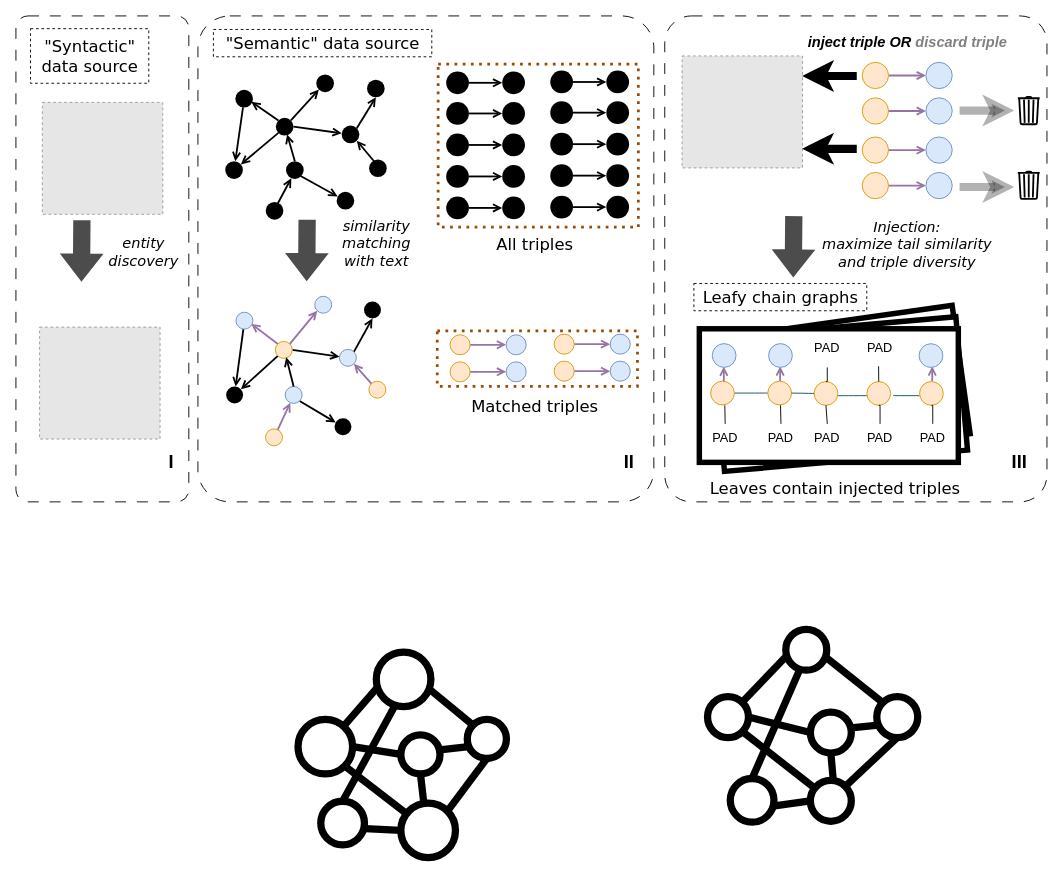
The draw.io diagram page "injection" (3 of 5) of presentations/pipeline.drawio in across-stars/draw.io, before the edit. Source tidied: cells renumbered, new cells numbered last; positions are measured from the earlier drawing's top-left corner, leaving out a move shared by most shapes. Both pictures are drawn from the tidied source at 91%, with x=0, y=0 at pixel (15, 15). Pictures stored in the file or linked from it are replaced by grey dashed boxes.
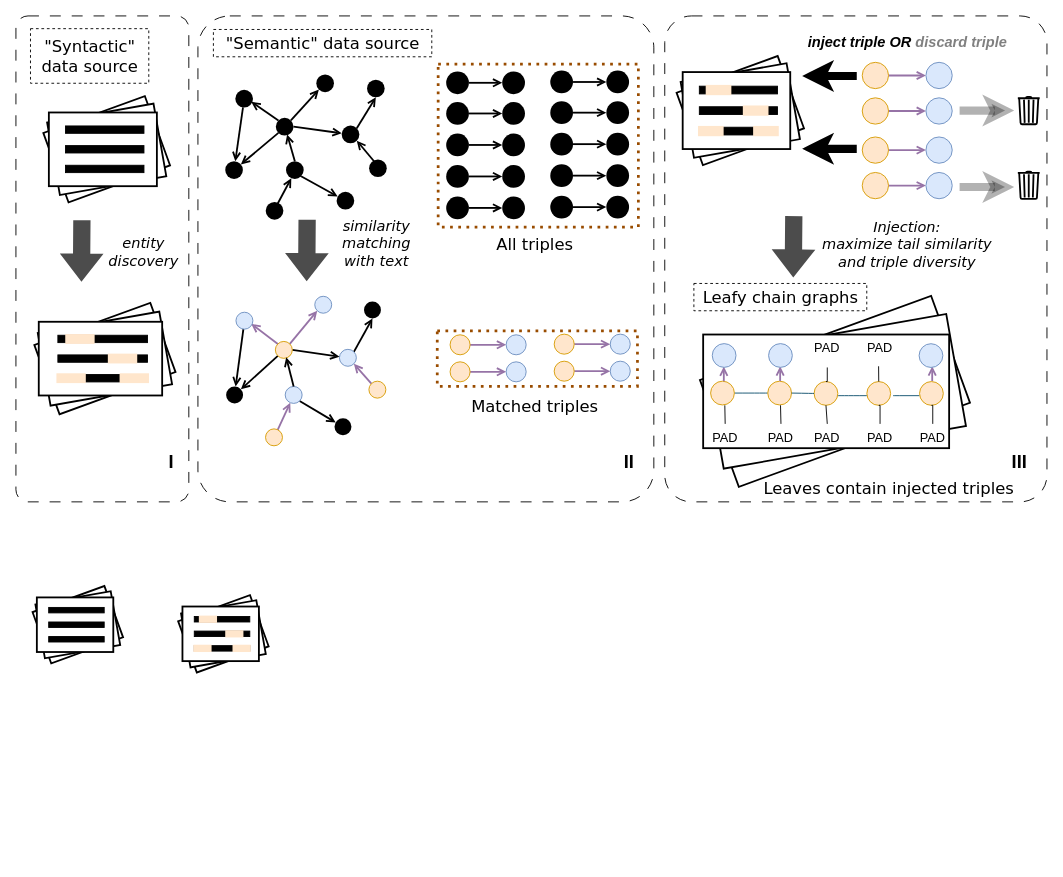
The same diagram, later.

What changed in the source:
```diff
@@
-    <mxCell id="2" style="fillColor=#E6E6E6;strokeColor=#999999;dashed=1;verticalLabelPosition=bottom;labelBackgroundColor=default;verticalAlign=top;" parent="1" vertex="1">
-      <mxGeometry x="29" y="95" width="132.4" height="123" as="geometry" />
-    </mxCell>
-    <mxCell id="3" style="fillColor=#E6E6E6;strokeColor=#999999;dashed=1;verticalLabelPosition=bottom;labelBackgroundColor=default;verticalAlign=top;" parent="1" vertex="1">
-      <mxGeometry x="26" y="342" width="132.4" height="123" as="geometry" />
-    </mxCell>
-    <mxCell id="4" style="ellipse;whiteSpace=wrap;html=1;strokeWidth=8;fillColor=none;" parent="1" vertex="1">
-      <mxGeometry x="396" y="699" width="60" height="60" as="geometry" />
-    </mxCell>
-    <mxCell id="5" style="edgeStyle=none;shape=connector;rounded=0;jettySize=auto;html=1;exitX=1;exitY=1;exitDx=0;exitDy=0;strokeColor=default;strokeWidth=8;align=center;verticalAlign=middle;fontFamily=Helvetica;fontSize=11;fontColor=default;labelBackgroundColor=default;startFill=0;endArrow=none;" parent="1" edge="1" source="6" target="11">
-      <mxGeometry relative="1" as="geometry" />
-    </mxCell>
-    <mxCell id="6" style="ellipse;whiteSpace=wrap;html=1;strokeWidth=8;fillColor=none;" parent="1" vertex="1">
-      <mxGeometry x="310" y="773" width="60" height="60" as="geometry" />
-    </mxCell>
-    <mxCell id="7" style="edgeStyle=none;shape=connector;rounded=0;jettySize=auto;html=1;exitX=0;exitY=0.5;exitDx=0;exitDy=0;entryX=1;entryY=0.5;entryDx=0;entryDy=0;strokeColor=default;strokeWidth=8;align=center;verticalAlign=middle;fontFamily=Helvetica;fontSize=11;fontColor=default;labelBackgroundColor=default;startFill=0;endArrow=none;" parent="1" edge="1" source="8" target="6">
-      <mxGeometry relative="1" as="geometry" />
-    </mxCell>
-    <mxCell id="8" style="ellipse;whiteSpace=wrap;html=1;strokeWidth=8;fillColor=none;" parent="1" vertex="1">
-      <mxGeometry x="423" y="790" width="43" height="43" as="geometry" />
-    </mxCell>
-    <mxCell id="9" style="ellipse;whiteSpace=wrap;html=1;strokeWidth=8;fillColor=none;" parent="1" vertex="1">
-      <mxGeometry x="335" y="863" width="48" height="48" as="geometry" />
-    </mxCell>
-    <mxCell id="10" style="edgeStyle=none;shape=connector;rounded=0;jettySize=auto;html=1;exitX=1;exitY=0;exitDx=0;exitDy=0;entryX=0.5;entryY=1;entryDx=0;entryDy=0;strokeColor=default;strokeWidth=8;align=center;verticalAlign=middle;fontFamily=Helvetica;fontSize=11;fontColor=default;labelBackgroundColor=default;startFill=0;endArrow=none;" parent="1" edge="1" source="11" target="12">
-      <mxGeometry relative="1" as="geometry" />
-    </mxCell>
-    <mxCell id="11" style="ellipse;whiteSpace=wrap;html=1;strokeWidth=8;fillColor=none;" parent="1" vertex="1">
-      <mxGeometry x="423" y="865" width="60" height="60" as="geometry" />
-    </mxCell>
-    <mxCell id="12" style="ellipse;whiteSpace=wrap;html=1;strokeWidth=8;fillColor=none;" parent="1" vertex="1">
-      <mxGeometry x="496" y="773" width="43" height="43" as="geometry" />
-    </mxCell>
-    <mxCell id="13" style="edgeStyle=none;shape=connector;rounded=0;jettySize=auto;html=1;exitX=0.5;exitY=1;exitDx=0;exitDy=0;strokeColor=default;strokeWidth=8;align=center;verticalAlign=middle;fontFamily=Helvetica;fontSize=11;fontColor=default;labelBackgroundColor=default;startFill=0;endArrow=none;" parent="1" edge="1" source="8">
-      <mxGeometry relative="1" as="geometry">
-        <mxPoint x="448" y="863" as="targetPoint" />
-      </mxGeometry>
-    </mxCell>
-    <mxCell id="14" style="edgeStyle=none;shape=connector;rounded=0;jettySize=auto;html=1;exitX=0;exitY=0.5;exitDx=0;exitDy=0;entryX=1.013;entryY=0.627;entryDx=0;entryDy=0;entryPerimeter=0;strokeColor=default;strokeWidth=8;align=center;verticalAlign=middle;fontFamily=Helvetica;fontSize=11;fontColor=default;labelBackgroundColor=default;startFill=0;endArrow=none;" parent="1" edge="1" source="11" target="9">
-      <mxGeometry relative="1" as="geometry" />
-    </mxCell>
-    <mxCell id="15" style="edgeStyle=none;shape=connector;rounded=0;jettySize=auto;html=1;exitX=0.5;exitY=0;exitDx=0;exitDy=0;entryX=0.333;entryY=1;entryDx=0;entryDy=0;entryPerimeter=0;strokeColor=default;strokeWidth=8;align=center;verticalAlign=middle;fontFamily=Helvetica;fontSize=11;fontColor=default;labelBackgroundColor=default;startFill=0;endArrow=none;" parent="1" edge="1" source="9" target="4">
-      <mxGeometry relative="1" as="geometry" />
-    </mxCell>
-    <mxCell id="16" style="edgeStyle=none;shape=connector;rounded=0;jettySize=auto;html=1;exitX=0;exitY=0;exitDx=0;exitDy=0;entryX=0.997;entryY=0.7;entryDx=0;entryDy=0;entryPerimeter=0;strokeColor=default;strokeWidth=8;align=center;verticalAlign=middle;fontFamily=Helvetica;fontSize=11;fontColor=default;labelBackgroundColor=default;startFill=0;endArrow=none;" parent="1" edge="1" source="12" target="4">
-      <mxGeometry relative="1" as="geometry" />
-    </mxCell>
-    <mxCell id="17" style="edgeStyle=none;shape=connector;rounded=0;jettySize=auto;html=1;entryX=0.017;entryY=0.653;entryDx=0;entryDy=0;entryPerimeter=0;strokeColor=default;strokeWidth=8;align=center;verticalAlign=middle;fontFamily=Helvetica;fontSize=11;fontColor=default;labelBackgroundColor=default;startFill=0;endArrow=none;" parent="1" edge="1" source="6" target="4">
-      <mxGeometry relative="1" as="geometry" />
-    </mxCell>
-    <mxCell id="18" style="edgeStyle=none;shape=connector;rounded=0;jettySize=auto;html=1;exitX=0.993;exitY=0.383;exitDx=0;exitDy=0;entryX=0.037;entryY=0.697;entryDx=0;entryDy=0;entryPerimeter=0;strokeColor=default;strokeWidth=8;align=center;verticalAlign=middle;fontFamily=Helvetica;fontSize=11;fontColor=default;labelBackgroundColor=default;startFill=0;endArrow=none;exitPerimeter=0;" parent="1" edge="1" source="8" target="12">
-      <mxGeometry relative="1" as="geometry" />
-    </mxCell>
-    <mxCell id="19" style="group;" parent="1" vertex="1">
-      <mxGeometry x="751" y="319" width="349" height="215" as="geometry" />
-    </mxCell>
-    <mxCell id="20" style="rounded=0;whiteSpace=wrap;html=1;fontFamily=Helvetica;fontSize=12;fontColor=default;labelBackgroundColor=none;strokeWidth=6;fillColor=default;rotation=352;" parent="19" vertex="1">
-      <mxGeometry x="36.9" y="16" width="252" height="142.2" as="geometry" />
-    </mxCell>
-    <mxCell id="21" style="rounded=0;whiteSpace=wrap;html=1;fontFamily=Helvetica;fontSize=12;fontColor=default;labelBackgroundColor=none;strokeWidth=6;fillColor=default;rotation=355;" parent="19" vertex="1">
-      <mxGeometry x="20.7" y="23" width="268.1" height="147.1" as="geometry" />
-    </mxCell>
-    <mxCell id="22" style="rounded=0;whiteSpace=wrap;html=1;fontFamily=Helvetica;fontSize=12;fontColor=default;labelBackgroundColor=none;strokeWidth=6;fillColor=default;" parent="19" vertex="1">
-      <mxGeometry y="24.8" width="284.6" height="146.8" as="geometry" />
-    </mxCell>
@@
+    <mxCell id="200" style="group;" parent="1" vertex="1">
+      <mxGeometry x="178.3" y="636.4" width="99.5" height="85.1" as="geometry" />
+    </mxCell>
+    <mxCell id="201" style="rounded=0;whiteSpace=wrap;html=1;strokeWidth=2;fillColor=default;rotation=340;" parent="200" vertex="1">
+      <mxGeometry x="7.7" y="12.6" width="84" height="60" as="geometry" />
+    </mxCell>
+    <mxCell id="202" style="rounded=0;whiteSpace=wrap;html=1;strokeWidth=2;fillColor=default;rotation=350;" parent="200" vertex="1">
+      <mxGeometry x="7.7" y="12.6" width="84" height="60" as="geometry" />
+    </mxCell>
+    <mxCell id="203" style="rounded=0;whiteSpace=wrap;html=1;strokeWidth=2;fillColor=default;rotation=0;" parent="200" vertex="1">
+      <mxGeometry x="4.7" y="12.6" width="84" height="60" as="geometry" />
+    </mxCell>
+    <mxCell id="204" style="rounded=0;whiteSpace=wrap;html=1;fillColor=#000000;" parent="200" vertex="1">
+      <mxGeometry x="17.7" y="23.6" width="61" height="6" as="geometry" />
+    </mxCell>
+    <mxCell id="205" style="rounded=0;whiteSpace=wrap;html=1;fillColor=#000000;" parent="200" vertex="1">
+      <mxGeometry x="17.7" y="39.6" width="61" height="6" as="geometry" />
+    </mxCell>
+    <mxCell id="206" style="rounded=0;whiteSpace=wrap;html=1;fillColor=#000000;" parent="200" vertex="1">
+      <mxGeometry x="17.7" y="55.6" width="61" height="6" as="geometry" />
+    </mxCell>
+    <mxCell id="207" style="rounded=0;whiteSpace=wrap;html=1;fillColor=#ffe6cc;strokeColor=none;" parent="200" vertex="1">
+      <mxGeometry x="22.7" y="22.6" width="20" height="8" as="geometry" />
+    </mxCell>
+    <mxCell id="208" style="rounded=0;whiteSpace=wrap;html=1;fillColor=#ffe6cc;strokeColor=none;" parent="200" vertex="1">
+      <mxGeometry x="51.7" y="38.6" width="20" height="8" as="geometry" />
+    </mxCell>
+    <mxCell id="209" style="rounded=0;whiteSpace=wrap;html=1;fillColor=#ffe6cc;strokeColor=none;" parent="200" vertex="1">
+      <mxGeometry x="16.7" y="54.6" width="20" height="8" as="geometry" />
+    </mxCell>
+    <mxCell id="210" style="rounded=0;whiteSpace=wrap;html=1;fillColor=#ffe6cc;strokeColor=none;" parent="200" vertex="1">
+      <mxGeometry x="59.7" y="54.6" width="20" height="8" as="geometry" />
+    </mxCell>
+    <mxCell id="211" style="group;" parent="1" vertex="1">
+      <mxGeometry x="18.3" y="626.4" width="99.5" height="85.1" as="geometry" />
+    </mxCell>
+    <mxCell id="212" style="rounded=0;whiteSpace=wrap;html=1;strokeWidth=2;fillColor=default;rotation=340;" parent="211" vertex="1">
+      <mxGeometry x="7.7" y="12.6" width="84" height="60" as="geometry" />
+    </mxCell>
+    <mxCell id="213" style="rounded=0;whiteSpace=wrap;html=1;strokeWidth=2;fillColor=default;rotation=350;" parent="211" vertex="1">
+      <mxGeometry x="7.7" y="12.6" width="84" height="60" as="geometry" />
+    </mxCell>
+    <mxCell id="214" style="rounded=0;whiteSpace=wrap;html=1;strokeWidth=2;fillColor=default;rotation=0;" parent="211" vertex="1">
+      <mxGeometry x="4.7" y="12.6" width="84" height="60" as="geometry" />
+    </mxCell>
+    <mxCell id="215" style="rounded=0;whiteSpace=wrap;html=1;fillColor=#000000;" parent="211" vertex="1">
+      <mxGeometry x="17.7" y="23.6" width="61" height="6" as="geometry" />
+    </mxCell>
+    <mxCell id="216" style="rounded=0;whiteSpace=wrap;html=1;fillColor=#000000;" parent="211" vertex="1">
+      <mxGeometry x="17.7" y="39.6" width="61" height="6" as="geometry" />
+    </mxCell>
+    <mxCell id="217" style="rounded=0;whiteSpace=wrap;html=1;fillColor=#000000;" parent="211" vertex="1">
+      <mxGeometry x="17.7" y="55.6" width="61" height="6" as="geometry" />
+    </mxCell>
+    <mxCell id="218" style="group;" parent="1" vertex="1">
+      <mxGeometry x="17.5" y="319.1" width="160.5" height="114.9" as="geometry" />
+    </mxCell>
+    <mxCell id="219" style="rounded=0;whiteSpace=wrap;html=1;strokeWidth=2;fillColor=default;rotation=340;" parent="218" vertex="1">
+      <mxGeometry x="12.5" y="16.9" width="135.6" height="81" as="geometry" />
+    </mxCell>
+    <mxCell id="220" style="rounded=0;whiteSpace=wrap;html=1;strokeWidth=2;fillColor=default;rotation=350;" parent="218" vertex="1">
+      <mxGeometry x="12.5" y="17" width="135.6" height="81" as="geometry" />
+    </mxCell>
+    <mxCell id="221" style="rounded=0;whiteSpace=wrap;html=1;strokeWidth=2;fillColor=default;rotation=0;" parent="218" vertex="1">
+      <mxGeometry x="7.6" y="17" width="135.6" height="81" as="geometry" />
+    </mxCell>
+    <mxCell id="222" style="rounded=0;whiteSpace=wrap;html=1;fillColor=#000000;" parent="218" vertex="1">
+      <mxGeometry x="28.6" y="31.8" width="98.5" height="8.1" as="geometry" />
+    </mxCell>
+    <mxCell id="223" style="rounded=0;whiteSpace=wrap;html=1;fillColor=#000000;" parent="218" vertex="1">
+      <mxGeometry x="28.6" y="53.4" width="98.5" height="8.1" as="geometry" />
+    </mxCell>
+    <mxCell id="224" style="rounded=0;whiteSpace=wrap;html=1;fillColor=#000000;" parent="218" vertex="1">
+      <mxGeometry x="28.6" y="75" width="98.5" height="8.1" as="geometry" />
+    </mxCell>
+    <mxCell id="225" style="rounded=0;whiteSpace=wrap;html=1;fillColor=#ffe6cc;strokeColor=none;" parent="218" vertex="1">
+      <mxGeometry x="36.7" y="30.5" width="32.3" height="10.8" as="geometry" />
+    </mxCell>
+    <mxCell id="226" style="rounded=0;whiteSpace=wrap;html=1;fillColor=#ffe6cc;strokeColor=none;" parent="218" vertex="1">
+      <mxGeometry x="83.5" y="52" width="32.3" height="10.8" as="geometry" />
+    </mxCell>
+    <mxCell id="227" style="rounded=0;whiteSpace=wrap;html=1;fillColor=#ffe6cc;strokeColor=none;" parent="218" vertex="1">
+      <mxGeometry x="27" y="73.6" width="32.3" height="10.8" as="geometry" />
+    </mxCell>
+    <mxCell id="228" style="rounded=0;whiteSpace=wrap;html=1;fillColor=#ffe6cc;strokeColor=none;" parent="218" vertex="1">
+      <mxGeometry x="96.4" y="73.6" width="32.3" height="10.8" as="geometry" />
+    </mxCell>
+    <mxCell id="229" style="group;" parent="1" vertex="1">
+      <mxGeometry x="29.5" y="89.1" width="140.5" height="114.9" as="geometry" />
+    </mxCell>
+    <mxCell id="230" style="rounded=0;whiteSpace=wrap;html=1;strokeWidth=2;fillColor=default;rotation=340;" parent="229" vertex="1">
+      <mxGeometry x="10.9" y="16.9" width="118.7" height="81" as="geometry" />
+    </mxCell>
+    <mxCell id="231" style="rounded=0;whiteSpace=wrap;html=1;strokeWidth=2;fillColor=default;rotation=350;" parent="229" vertex="1">
+      <mxGeometry x="10.9" y="17" width="118.7" height="81" as="geometry" />
+    </mxCell>
+    <mxCell id="232" style="rounded=0;whiteSpace=wrap;html=1;strokeWidth=2;fillColor=default;rotation=0;" parent="229" vertex="1">
+      <mxGeometry x="6.7" y="17" width="118.7" height="81" as="geometry" />
+    </mxCell>
+    <mxCell id="233" style="rounded=0;whiteSpace=wrap;html=1;fillColor=#000000;" parent="229" vertex="1">
+      <mxGeometry x="25" y="31.8" width="86.2" height="8.1" as="geometry" />
+    </mxCell>
+    <mxCell id="234" style="rounded=0;whiteSpace=wrap;html=1;fillColor=#000000;" parent="229" vertex="1">
+      <mxGeometry x="25" y="53.4" width="86.2" height="8.1" as="geometry" />
+    </mxCell>
+    <mxCell id="235" style="rounded=0;whiteSpace=wrap;html=1;fillColor=#000000;" parent="229" vertex="1">
+      <mxGeometry x="25" y="75" width="86.2" height="8.1" as="geometry" />
+    </mxCell>
+    <mxCell id="236" style="group;" parent="1" vertex="1">
+      <mxGeometry x="740" y="324" width="320" height="177.1" as="geometry" />
+    </mxCell>
+    <mxCell id="237" style="rounded=0;whiteSpace=wrap;html=1;strokeWidth=2;fillColor=default;rotation=340;" parent="236" vertex="1">
+      <mxGeometry x="24.9" y="26.1" width="270.3" height="124.9" as="geometry" />
+    </mxCell>
+    <mxCell id="238" style="rounded=0;whiteSpace=wrap;html=1;strokeWidth=2;fillColor=default;rotation=350;" parent="236" vertex="1">
+      <mxGeometry x="24.9" y="26.1" width="270.3" height="124.9" as="geometry" />
+    </mxCell>
+    <mxCell id="239" style="rounded=0;whiteSpace=wrap;html=1;strokeWidth=2;fillColor=default;rotation=0;" parent="236" vertex="1">
+      <mxGeometry x="15.2" y="26.1" width="270.3" height="124.9" as="geometry" />
+    </mxCell>
@@
-    <mxCell id="46" style="fillColor=#E6E6E6;strokeColor=#999999;dashed=1;verticalLabelPosition=bottom;labelBackgroundColor=default;verticalAlign=top;" parent="24" vertex="1">
-      <mxGeometry x="732" y="44" width="132.4" height="123" as="geometry" />
-    </mxCell>
@@
     <mxCell id="134" style="group;" parent="24" vertex="1">
-      <mxGeometry x="736" y="349" width="315" height="185" as="geometry" />
+      <mxGeometry x="736" y="349" width="317.4" height="185" as="geometry" />
     </mxCell>
@@
     <mxCell id="138" style="group;" parent="134" vertex="1">
-      <mxGeometry x="27.4" y="16.1" width="287.6" height="124.9" as="geometry" />
+      <mxGeometry x="27.4" y="16.1" width="290" height="130" as="geometry" />
     </mxCell>
@@
     <mxCell id="166" value="&lt;font size=&quot;4&quot;&gt;Leaves contain&amp;nbsp;&lt;/font&gt;&lt;span style=&quot;font-size: large;&quot;&gt;injected triples&lt;/span&gt;" style="text;html=1;align=center;verticalAlign=middle;strokeColor=none;fillColor=none;fontFamily=Verdana;fontSize=12;fontColor=default;labelBackgroundColor=none;dashed=1;" parent="134" vertex="1">
-      <mxGeometry x="14" y="155" width="300" height="30" as="geometry" />
+      <mxGeometry x="73" y="155" width="300" height="30" as="geometry" />
     </mxCell>
@@
-    <mxCell id="172" style="group;" parent="168" vertex="1">
-      <mxGeometry x="760" y="674" width="231" height="212" as="geometry" />
-    </mxCell>
-    <mxCell id="173" style="ellipse;whiteSpace=wrap;html=1;strokeWidth=8;fillColor=none;" parent="172" vertex="1">
-      <mxGeometry x="86" width="45" height="45" as="geometry" />
-    </mxCell>
-    <mxCell id="174" style="edgeStyle=none;shape=connector;rounded=0;jettySize=auto;html=1;exitX=1;exitY=1;exitDx=0;exitDy=0;strokeColor=default;strokeWidth=8;align=center;verticalAlign=middle;fontFamily=Helvetica;fontSize=11;fontColor=default;labelBackgroundColor=default;startFill=0;endArrow=none;" parent="172" edge="1" source="175" target="180">
-      <mxGeometry relative="1" as="geometry" />
-    </mxCell>
-    <mxCell id="175" style="ellipse;whiteSpace=wrap;html=1;strokeWidth=8;fillColor=none;" parent="172" vertex="1">
-      <mxGeometry y="74" width="45" height="45" as="geometry" />
-    </mxCell>
-    <mxCell id="176" style="edgeStyle=none;shape=connector;rounded=0;jettySize=auto;html=1;exitX=0;exitY=0.5;exitDx=0;exitDy=0;entryX=1;entryY=0.5;entryDx=0;entryDy=0;strokeColor=default;strokeWidth=8;align=center;verticalAlign=middle;fontFamily=Helvetica;fontSize=11;fontColor=default;labelBackgroundColor=default;startFill=0;endArrow=none;" parent="172" edge="1" source="177" target="175">
-      <mxGeometry relative="1" as="geometry" />
-    </mxCell>
-    <mxCell id="177" style="ellipse;whiteSpace=wrap;html=1;strokeWidth=8;fillColor=none;" parent="172" vertex="1">
-      <mxGeometry x="113" y="91" width="45" height="45" as="geometry" />
-    </mxCell>
-    <mxCell id="178" style="ellipse;whiteSpace=wrap;html=1;strokeWidth=8;fillColor=none;" parent="172" vertex="1">
-      <mxGeometry x="25" y="164" width="48" height="48" as="geometry" />
-    </mxCell>
-    <mxCell id="179" style="edgeStyle=none;shape=connector;rounded=0;jettySize=auto;html=1;exitX=1;exitY=0;exitDx=0;exitDy=0;entryX=0.5;entryY=1;entryDx=0;entryDy=0;strokeColor=default;strokeWidth=8;align=center;verticalAlign=middle;fontFamily=Helvetica;fontSize=11;fontColor=default;labelBackgroundColor=default;startFill=0;endArrow=none;" parent="172" edge="1" source="180" target="181">
-      <mxGeometry relative="1" as="geometry" />
-    </mxCell>
-    <mxCell id="180" style="ellipse;whiteSpace=wrap;html=1;strokeWidth=8;fillColor=none;" parent="172" vertex="1">
-      <mxGeometry x="113" y="166" width="45" height="45" as="geometry" />
-    </mxCell>
-    <mxCell id="181" style="ellipse;whiteSpace=wrap;html=1;strokeWidth=8;fillColor=none;" parent="172" vertex="1">
-      <mxGeometry x="186" y="74" width="45" height="45" as="geometry" />
-    </mxCell>
-    <mxCell id="182" style="edgeStyle=none;shape=connector;rounded=0;jettySize=auto;html=1;exitX=0.5;exitY=1;exitDx=0;exitDy=0;strokeColor=default;strokeWidth=8;align=center;verticalAlign=middle;fontFamily=Helvetica;fontSize=11;fontColor=default;labelBackgroundColor=default;startFill=0;endArrow=none;" parent="172" edge="1" source="177">
-      <mxGeometry relative="1" as="geometry">
-        <mxPoint x="138" y="164" as="targetPoint" />
-      </mxGeometry>
-    </mxCell>
-    <mxCell id="183" style="edgeStyle=none;shape=connector;rounded=0;jettySize=auto;html=1;exitX=0;exitY=0.5;exitDx=0;exitDy=0;entryX=1.013;entryY=0.627;entryDx=0;entryDy=0;entryPerimeter=0;strokeColor=default;strokeWidth=8;align=center;verticalAlign=middle;fontFamily=Helvetica;fontSize=11;fontColor=default;labelBackgroundColor=default;startFill=0;endArrow=none;" parent="172" edge="1" source="180" target="178">
-      <mxGeometry relative="1" as="geometry" />
-    </mxCell>
-    <mxCell id="184" style="edgeStyle=none;shape=connector;rounded=0;jettySize=auto;html=1;exitX=0.5;exitY=0;exitDx=0;exitDy=0;entryX=0.333;entryY=1;entryDx=0;entryDy=0;entryPerimeter=0;strokeColor=default;strokeWidth=8;align=center;verticalAlign=middle;fontFamily=Helvetica;fontSize=11;fontColor=default;labelBackgroundColor=default;startFill=0;endArrow=none;" parent="172" edge="1" source="178" target="173">
-      <mxGeometry relative="1" as="geometry" />
-    </mxCell>
-    <mxCell id="185" style="edgeStyle=none;shape=connector;rounded=0;jettySize=auto;html=1;exitX=0;exitY=0;exitDx=0;exitDy=0;entryX=0.997;entryY=0.7;entryDx=0;entryDy=0;entryPerimeter=0;strokeColor=default;strokeWidth=8;align=center;verticalAlign=middle;fontFamily=Helvetica;fontSize=11;fontColor=default;labelBackgroundColor=default;startFill=0;endArrow=none;" parent="172" edge="1" source="181" target="173">
-      <mxGeometry relative="1" as="geometry" />
-    </mxCell>
-    <mxCell id="186" style="edgeStyle=none;shape=connector;rounded=0;jettySize=auto;html=1;entryX=0.017;entryY=0.653;entryDx=0;entryDy=0;entryPerimeter=0;strokeColor=default;strokeWidth=8;align=center;verticalAlign=middle;fontFamily=Helvetica;fontSize=11;fontColor=default;labelBackgroundColor=default;startFill=0;endArrow=none;" parent="172" edge="1" source="175" target="173">
-      <mxGeometry relative="1" as="geometry" />
-    </mxCell>
-    <mxCell id="187" style="edgeStyle=none;shape=connector;rounded=0;jettySize=auto;html=1;exitX=0.993;exitY=0.383;exitDx=0;exitDy=0;entryX=0.037;entryY=0.697;entryDx=0;entryDy=0;entryPerimeter=0;strokeColor=default;strokeWidth=8;align=center;verticalAlign=middle;fontFamily=Helvetica;fontSize=11;fontColor=default;labelBackgroundColor=default;startFill=0;endArrow=none;exitPerimeter=0;" parent="172" edge="1" source="177" target="181">
-      <mxGeometry relative="1" as="geometry" />
-    </mxCell>
@@
+    <mxCell id="240" style="group;" parent="188" vertex="1">
+      <mxGeometry x="726" y="44" width="140" height="120" as="geometry" />
+    </mxCell>
+    <mxCell id="241" style="rounded=0;whiteSpace=wrap;html=1;strokeWidth=2;fillColor=default;rotation=340;" parent="240" vertex="1">
+      <mxGeometry x="10.9" y="17.7" width="118.2" height="84.6" as="geometry" />
+    </mxCell>
+    <mxCell id="242" style="rounded=0;whiteSpace=wrap;html=1;strokeWidth=2;fillColor=default;rotation=350;" parent="240" vertex="1">
+      <mxGeometry x="10.9" y="17.7" width="118.2" height="84.6" as="geometry" />
+    </mxCell>
+    <mxCell id="243" style="rounded=0;whiteSpace=wrap;html=1;strokeWidth=2;fillColor=default;rotation=0;" parent="240" vertex="1">
+      <mxGeometry x="6.7" y="17.7" width="118.2" height="84.6" as="geometry" />
+    </mxCell>
+    <mxCell id="244" style="rounded=0;whiteSpace=wrap;html=1;fillColor=#000000;" parent="240" vertex="1">
+      <mxGeometry x="25" y="33.2" width="85.9" height="8.5" as="geometry" />
+    </mxCell>
+    <mxCell id="245" style="rounded=0;whiteSpace=wrap;html=1;fillColor=#000000;" parent="240" vertex="1">
+      <mxGeometry x="25" y="55.8" width="85.9" height="8.5" as="geometry" />
+    </mxCell>
+    <mxCell id="246" style="rounded=0;whiteSpace=wrap;html=1;fillColor=#000000;" parent="240" vertex="1">
+      <mxGeometry x="25" y="78.3" width="85.9" height="8.5" as="geometry" />
+    </mxCell>
+    <mxCell id="247" style="rounded=0;whiteSpace=wrap;html=1;fillColor=#ffe6cc;strokeColor=none;" parent="240" vertex="1">
+      <mxGeometry x="32" y="31.8" width="28.2" height="11.3" as="geometry" />
+    </mxCell>
+    <mxCell id="248" style="rounded=0;whiteSpace=wrap;html=1;fillColor=#ffe6cc;strokeColor=none;" parent="240" vertex="1">
+      <mxGeometry x="72.8" y="54.4" width="28.2" height="11.3" as="geometry" />
+    </mxCell>
+    <mxCell id="249" style="rounded=0;whiteSpace=wrap;html=1;fillColor=#ffe6cc;strokeColor=none;" parent="240" vertex="1">
+      <mxGeometry x="23.5" y="76.9" width="28.2" height="11.3" as="geometry" />
+    </mxCell>
+    <mxCell id="250" style="rounded=0;whiteSpace=wrap;html=1;fillColor=#ffe6cc;strokeColor=none;" parent="240" vertex="1">
+      <mxGeometry x="84.1" y="76.9" width="28.2" height="11.3" as="geometry" />
+    </mxCell>
```
